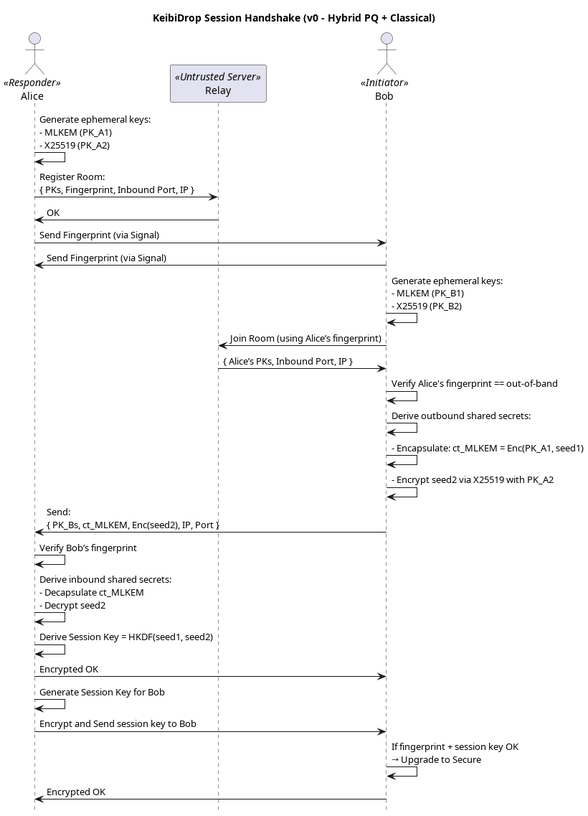
This is docs/diagrams/handshake.png from KeibiSoft/KeibiDrop, a PlantUML export, as it was before one commit. Source of this version:
```plantuml
@startuml
!pragma useVerticalIf on
hide footbox
title KeibiDrop Session Handshake (v0 - Hybrid PQ + Classical)

actor Alice << Responder >>
participant Relay << Untrusted Server >>
actor Bob << Initiator >>

Alice -> Alice : Generate ephemeral keys:\n- MLKEM (PK_A1)\n- X25519 (PK_A2)
Alice -> Relay : Register Room:\n{ PKs, Fingerprint, Inbound Port, IP }
Relay -> Alice : OK

Alice -> Bob : Send Fingerprint (via Signal)
Bob -> Alice : Send Fingerprint (via Signal)

Bob -> Bob : Generate ephemeral keys:\n- MLKEM (PK_B1)\n- X25519 (PK_B2)
Bob -> Relay : Join Room (using Alice’s fingerprint)
Relay -> Bob : { Alice’s PKs, Inbound Port, IP }

Bob -> Bob : Verify Alice's fingerprint == out-of-band
Bob -> Bob : Derive outbound shared secrets:
Bob -> Bob : - Encapsulate: ct_MLKEM = Enc(PK_A1, seed1)
Bob -> Bob : - Encrypt seed2 via X25519 with PK_A2
Bob -> Alice : Send:\n{ PK_Bs, ct_MLKEM, Enc(seed2), IP, Port }

Alice -> Alice : Verify Bob’s fingerprint
Alice -> Alice : Derive inbound shared secrets:\n- Decapsulate ct_MLKEM\n- Decrypt seed2
Alice -> Alice : Derive Session Key = HKDF(seed1, seed2)
Alice -> Bob : Encrypted OK

Alice -> Alice : Generate Session Key for Bob
Alice -> Bob : Encrypt and Send session key to Bob

Bob -> Bob : If fingerprint + session key OK\n→ Upgrade to Secure
Bob -> Alice : Encrypted OK

@enduml
```
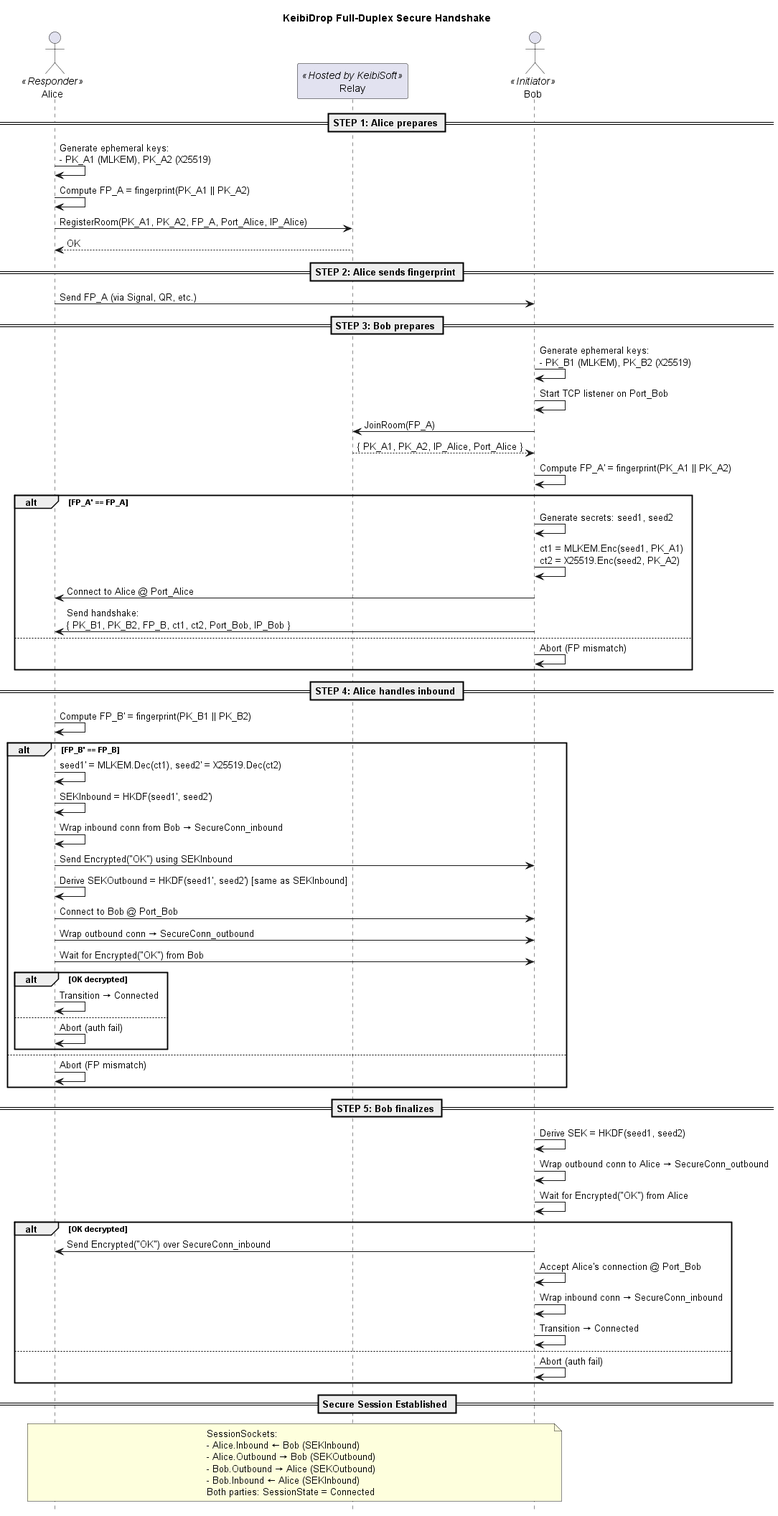
The same diagram one commit later.

Commit message:
docs+session: fix handshake logic and complete full-duplex SecureConn (#2)

Change to the diagram source:
```diff
@@ -1,38 +1,78 @@
 @startuml
 !pragma useVerticalIf on
 hide footbox
-title KeibiDrop Session Handshake (v0 - Hybrid PQ + Classical)
+title KeibiDrop Full-Duplex Secure Handshake
 
-actor Alice << Responder >>
-participant Relay << Untrusted Server >>
-actor Bob << Initiator >>
+actor Alice <<Responder>>
+participant Relay <<Hosted by KeibiSoft>>
+actor Bob <<Initiator>>
 
-Alice -> Alice : Generate ephemeral keys:\n- MLKEM (PK_A1)\n- X25519 (PK_A2)
-Alice -> Relay : Register Room:\n{ PKs, Fingerprint, Inbound Port, IP }
-Relay -> Alice : OK
+== STEP 1: Alice prepares ==
+Alice -> Alice : Generate ephemeral keys:\n- PK_A1 (MLKEM), PK_A2 (X25519)
+Alice -> Alice : Compute FP_A = fingerprint(PK_A1 || PK_A2)
+Alice -> Relay : RegisterRoom(PK_A1, PK_A2, FP_A, Port_Alice, IP_Alice)
+Relay --> Alice : OK
 
-Alice -> Bob : Send Fingerprint (via Signal)
-Bob -> Alice : Send Fingerprint (via Signal)
+== STEP 2: Alice sends fingerprint ==
+Alice -> Bob : Send FP_A (via Signal, QR, etc.)
 
-Bob -> Bob : Generate ephemeral keys:\n- MLKEM (PK_B1)\n- X25519 (PK_B2)
-Bob -> Relay : Join Room (using Alice’s fingerprint)
-Relay -> Bob : { Alice’s PKs, Inbound Port, IP }
+== STEP 3: Bob prepares ==
+Bob -> Bob : Generate ephemeral keys:\n- PK_B1 (MLKEM), PK_B2 (X25519)
+Bob -> Bob : Start TCP listener on Port_Bob
+Bob -> Relay : JoinRoom(FP_A)
+Relay --> Bob : { PK_A1, PK_A2, IP_Alice, Port_Alice }
 
-Bob -> Bob : Verify Alice's fingerprint == out-of-band
-Bob -> Bob : Derive outbound shared secrets:
-Bob -> Bob : - Encapsulate: ct_MLKEM = Enc(PK_A1, seed1)
-Bob -> Bob : - Encrypt seed2 via X25519 with PK_A2
-Bob -> Alice : Send:\n{ PK_Bs, ct_MLKEM, Enc(seed2), IP, Port }
+Bob -> Bob : Compute FP_A' = fingerprint(PK_A1 || PK_A2)
+alt FP_A' == FP_A
+  Bob -> Bob : Generate secrets: seed1, seed2
+  Bob -> Bob : ct1 = MLKEM.Enc(seed1, PK_A1)\nct2 = X25519.Enc(seed2, PK_A2)
+  Bob -> Alice : Connect to Alice @ Port_Alice
+  Bob -> Alice : Send handshake:\n{ PK_B1, PK_B2, FP_B, ct1, ct2, Port_Bob, IP_Bob }
+else
+  Bob -> Bob : Abort (FP mismatch)
+end
 
-Alice -> Alice : Verify Bob’s fingerprint
-Alice -> Alice : Derive inbound shared secrets:\n- Decapsulate ct_MLKEM\n- Decrypt seed2
-Alice -> Alice : Derive Session Key = HKDF(seed1, seed2)
-Alice -> Bob : Encrypted OK
+== STEP 4: Alice handles inbound ==
+Alice -> Alice : Compute FP_B' = fingerprint(PK_B1 || PK_B2)
+alt FP_B' == FP_B
+  Alice -> Alice : seed1' = MLKEM.Dec(ct1), seed2' = X25519.Dec(ct2)
+  Alice -> Alice : SEKInbound = HKDF(seed1', seed2')
+  Alice -> Alice : Wrap inbound conn from Bob → SecureConn_inbound
+  Alice -> Bob : Send Encrypted("OK") using SEKInbound
+  Alice -> Alice : Derive SEKOutbound = HKDF(seed1', seed2') [same as SEKInbound]
+  Alice -> Bob : Connect to Bob @ Port_Bob
+  Alice -> Bob : Wrap outbound conn → SecureConn_outbound
+  Alice -> Bob : Wait for Encrypted("OK") from Bob
+  alt OK decrypted
+    Alice -> Alice : Transition → Connected
+  else
+    Alice -> Alice : Abort (auth fail)
+  end
+else
+  Alice -> Alice : Abort (FP mismatch)
+end
 
-Alice -> Alice : Generate Session Key for Bob
-Alice -> Bob : Encrypt and Send session key to Bob
+== STEP 5: Bob finalizes ==
+Bob -> Bob : Derive SEK = HKDF(seed1, seed2)
+Bob -> Bob : Wrap outbound conn to Alice → SecureConn_outbound
+Bob -> Bob : Wait for Encrypted("OK") from Alice
+alt OK decrypted
+  Bob -> Alice : Send Encrypted("OK") over SecureConn_inbound
+  Bob -> Bob : Accept Alice's connection @ Port_Bob
+  Bob -> Bob : Wrap inbound conn → SecureConn_inbound
+  Bob -> Bob : Transition → Connected
+else
+  Bob -> Bob : Abort (auth fail)
+end
 
-Bob -> Bob : If fingerprint + session key OK\n→ Upgrade to Secure
-Bob -> Alice : Encrypted OK
+== Secure Session Established ==
+note over Alice, Bob
+SessionSockets:
+- Alice.Inbound ← Bob (SEKInbound)
+- Alice.Outbound → Bob (SEKOutbound)
+- Bob.Outbound → Alice (SEKOutbound)
+- Bob.Inbound ← Alice (SEKInbound)
+Both parties: SessionState = Connected
+end note
 
 @enduml
```
